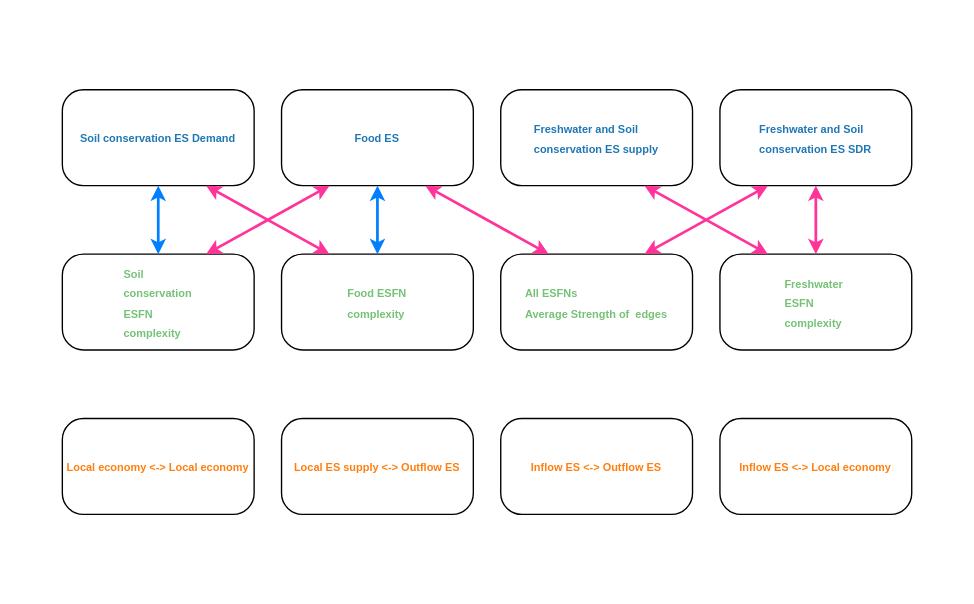
This is MIN_ESFN.drawio from THRILLERLEMON/Draw.IO, a draw.io file, before an edit. Source tidied: cells renumbered, new cells numbered last; positions are measured from the earlier drawing's top-left corner, leaving out a move shared by most shapes. Both pictures are drawn from the tidied source at 137%, with x=0, y=0 at pixel (62, 89).
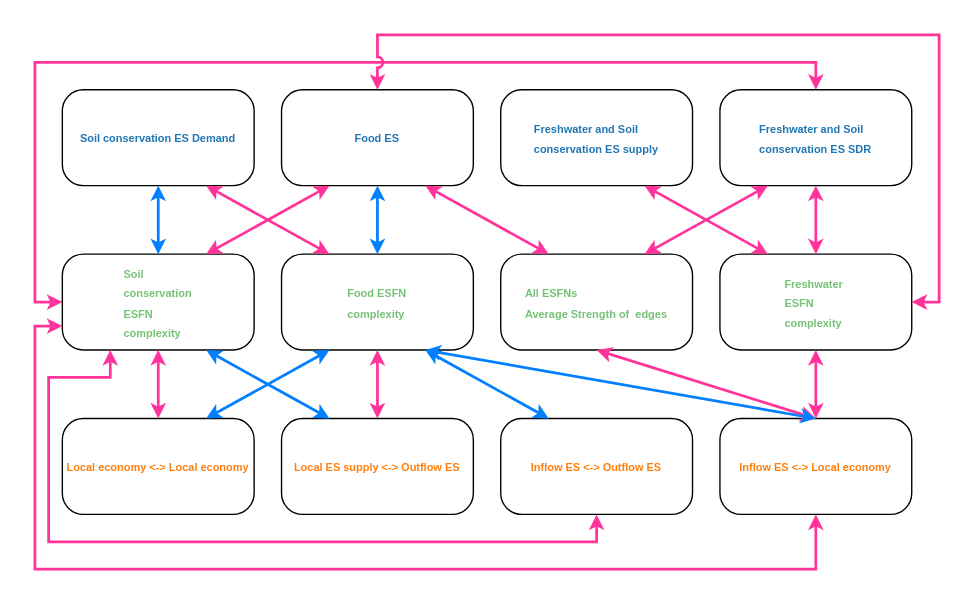
After the change.

Unchanged cells that the change refers to:
```xml
<mxCell id="3" value="&lt;span style=&quot;color: rgb(31, 119, 180); font-size: 8px; font-weight: 700; text-align: left;&quot;&gt;Food ES&lt;/span&gt;" style="rounded=1;whiteSpace=wrap;html=1;arcSize=22;" parent="1" vertex="1">
  <mxGeometry x="160" width="140" height="70" as="geometry" />
</mxCell>
<mxCell id="5" value="&lt;p style=&quot;text-align: left; margin-top: 0pt; margin-bottom: 0pt; margin-left: 0in; direction: ltr; unicode-bidi: embed; word-break: normal;&quot;&gt;&lt;font style=&quot;font-size: 8px;&quot;&gt;&lt;span style=&quot;color: rgb(31, 119, 180); font-weight: bold;&quot;&gt;Freshwater&amp;nbsp;&lt;/span&gt;&lt;span style=&quot;color: rgb(31, 119, 180); font-weight: bold; background-color: initial;&quot;&gt;and&amp;nbsp;&lt;/span&gt;&lt;span style=&quot;color: rgb(31, 119, 180); font-weight: bold; background-color: initial;&quot;&gt;Soil&amp;nbsp;&lt;/span&gt;&lt;/font&gt;&lt;/p&gt;&lt;p style=&quot;text-align: left; margin-top: 0pt; margin-bottom: 0pt; margin-left: 0in; direction: ltr; unicode-bidi: embed; word-break: normal;&quot;&gt;&lt;font style=&quot;font-size: 8px;&quot;&gt;&lt;span style=&quot;color: rgb(31, 119, 180); font-weight: bold; background-color: initial;&quot;&gt;conservation&lt;/span&gt;&lt;span style=&quot;background-color: initial; color: rgb(31, 119, 180); font-weight: bold;&quot;&gt;&amp;nbsp;&lt;/span&gt;&lt;span style=&quot;background-color: initial; color: rgb(31, 119, 180); font-weight: bold;&quot;&gt;ES&amp;nbsp;&lt;/span&gt;&lt;span style=&quot;color: rgb(31, 119, 180); font-weight: bold; background-color: initial;&quot;&gt;SDR&lt;/span&gt;&lt;/font&gt;&lt;/p&gt;" style="rounded=1;whiteSpace=wrap;html=1;arcSize=22;" parent="1" vertex="1">
  <mxGeometry x="480" width="140" height="70" as="geometry" />
</mxCell>
<mxCell id="6" value="&lt;p style=&quot;text-align: left; margin-top: 0pt; margin-bottom: 0pt; margin-left: 0in; direction: ltr; unicode-bidi: embed; word-break: normal;&quot;&gt;&lt;font color=&quot;#75c175&quot;&gt;&lt;span style=&quot;font-size: 8px;&quot;&gt;&lt;b&gt;Soil&amp;nbsp;&lt;/b&gt;&lt;/span&gt;&lt;/font&gt;&lt;/p&gt;&lt;p style=&quot;text-align: left; margin-top: 0pt; margin-bottom: 0pt; margin-left: 0in; direction: ltr; unicode-bidi: embed; word-break: normal;&quot;&gt;&lt;font color=&quot;#75c175&quot;&gt;&lt;span style=&quot;font-size: 8px;&quot;&gt;&lt;b&gt;conservation&lt;/b&gt;&lt;/span&gt;&lt;/font&gt;&lt;/p&gt;&lt;p style=&quot;text-align: left; margin-top: 0pt; margin-bottom: 0pt; margin-left: 0in; direction: ltr; unicode-bidi: embed; word-break: normal;&quot;&gt;&lt;font color=&quot;#75c175&quot;&gt;&lt;span style=&quot;font-size: 8px;&quot;&gt;&lt;b&gt;ESFN&lt;/b&gt;&lt;/span&gt;&lt;/font&gt;&lt;/p&gt;&lt;p style=&quot;text-align: left; margin-top: 0pt; margin-bottom: 0pt; margin-left: 0in; direction: ltr; unicode-bidi: embed; word-break: normal;&quot;&gt;&lt;font color=&quot;#75c175&quot;&gt;&lt;span style=&quot;font-size: 8px;&quot;&gt;&lt;b&gt;complexity&lt;/b&gt;&lt;/span&gt;&lt;/font&gt;&lt;/p&gt;" style="rounded=1;whiteSpace=wrap;html=1;arcSize=22;" parent="1" vertex="1">
  <mxGeometry y="120" width="140" height="70" as="geometry" />
</mxCell>
<mxCell id="7" value="&lt;p style=&quot;text-align: left; margin-top: 0pt; margin-bottom: 0pt; margin-left: 0in; direction: ltr; unicode-bidi: embed; word-break: normal;&quot;&gt;&lt;font color=&quot;#75c175&quot;&gt;&lt;span style=&quot;font-size: 8px;&quot;&gt;&lt;b&gt;Food ESFN&lt;/b&gt;&lt;/span&gt;&lt;/font&gt;&lt;/p&gt;&lt;p style=&quot;text-align: left; margin-top: 0pt; margin-bottom: 0pt; margin-left: 0in; direction: ltr; unicode-bidi: embed; word-break: normal;&quot;&gt;&lt;font color=&quot;#75c175&quot;&gt;&lt;span style=&quot;font-size: 8px;&quot;&gt;&lt;b&gt;complexity&lt;/b&gt;&lt;/span&gt;&lt;/font&gt;&lt;/p&gt;" style="rounded=1;whiteSpace=wrap;html=1;arcSize=22;" parent="1" vertex="1">
  <mxGeometry x="160" y="120" width="140" height="70" as="geometry" />
</mxCell>
<mxCell id="8" value="&lt;p style=&quot;text-align: left; margin-top: 0pt; margin-bottom: 0pt; margin-left: 0in; direction: ltr; unicode-bidi: embed; word-break: normal;&quot;&gt;&lt;font color=&quot;#75c175&quot;&gt;&lt;span style=&quot;font-size: 8px;&quot;&gt;&lt;b&gt;All ESFNs&lt;/b&gt;&lt;/span&gt;&lt;/font&gt;&lt;/p&gt;&lt;p style=&quot;text-align: left; margin-top: 0pt; margin-bottom: 0pt; margin-left: 0in; direction: ltr; unicode-bidi: embed; word-break: normal;&quot;&gt;&lt;font color=&quot;#75c175&quot;&gt;&lt;span style=&quot;font-size: 8px;&quot;&gt;&lt;b&gt;Average&amp;nbsp;&lt;/b&gt;&lt;/span&gt;&lt;/font&gt;&lt;b style=&quot;font-size: 8px; color: rgb(117, 193, 117); background-color: initial;&quot;&gt;Strength of&amp;nbsp;&amp;nbsp;&lt;/b&gt;&lt;b style=&quot;font-size: 8px; color: rgb(117, 193, 117); background-color: initial;&quot;&gt;edges&lt;/b&gt;&lt;/p&gt;" style="rounded=1;whiteSpace=wrap;html=1;arcSize=22;" parent="1" vertex="1">
  <mxGeometry x="320" y="120" width="140" height="70" as="geometry" />
</mxCell>
<mxCell id="9" value="&lt;p style=&quot;text-align: left; margin-top: 0pt; margin-bottom: 0pt; margin-left: 0in; direction: ltr; unicode-bidi: embed; word-break: normal;&quot;&gt;&lt;font color=&quot;#75c175&quot;&gt;&lt;span style=&quot;font-size: 8px;&quot;&gt;&lt;b&gt;Freshwater&amp;nbsp;&lt;/b&gt;&lt;/span&gt;&lt;/font&gt;&lt;/p&gt;&lt;p style=&quot;text-align: left; margin-top: 0pt; margin-bottom: 0pt; margin-left: 0in; direction: ltr; unicode-bidi: embed; word-break: normal;&quot;&gt;&lt;font color=&quot;#75c175&quot;&gt;&lt;span style=&quot;font-size: 8px;&quot;&gt;&lt;b&gt;ESFN&lt;/b&gt;&lt;/span&gt;&lt;/font&gt;&lt;/p&gt;&lt;p style=&quot;text-align: left; margin-top: 0pt; margin-bottom: 0pt; margin-left: 0in; direction: ltr; unicode-bidi: embed; word-break: normal;&quot;&gt;&lt;font color=&quot;#75c175&quot;&gt;&lt;span style=&quot;font-size: 8px;&quot;&gt;&lt;b&gt;complexity&lt;/b&gt;&lt;/span&gt;&lt;/font&gt;&lt;/p&gt;" style="rounded=1;whiteSpace=wrap;html=1;arcSize=22;" parent="1" vertex="1">
  <mxGeometry x="480" y="120" width="140" height="70" as="geometry" />
</mxCell>
<mxCell id="10" value="&lt;span style=&quot;color: rgb(255, 127, 14); font-size: 8px; font-weight: 700; text-align: left;&quot;&gt;Local economy &amp;lt;-&amp;gt; Local economy&lt;/span&gt;" style="rounded=1;whiteSpace=wrap;html=1;arcSize=22;" parent="1" vertex="1">
  <mxGeometry y="240" width="140" height="70" as="geometry" />
</mxCell>
<mxCell id="11" value="&lt;b style=&quot;color: rgb(255, 127, 14); font-size: 8px; text-align: left;&quot;&gt;Local ES supply &amp;lt;-&amp;gt; Outflow ES&lt;/b&gt;" style="rounded=1;whiteSpace=wrap;html=1;arcSize=22;" parent="1" vertex="1">
  <mxGeometry x="160" y="240" width="140" height="70" as="geometry" />
</mxCell>
<mxCell id="12" value="&lt;b style=&quot;color: rgb(255, 127, 14); font-size: 8px; text-align: left;&quot;&gt;Inflow ES &amp;lt;-&amp;gt; Outflow ES&lt;/b&gt;" style="rounded=1;whiteSpace=wrap;html=1;arcSize=22;" parent="1" vertex="1">
  <mxGeometry x="320" y="240" width="140" height="70" as="geometry" />
</mxCell>
<mxCell id="13" value="&lt;b style=&quot;color: rgb(255, 127, 14); font-size: 8px; text-align: left;&quot;&gt;Inflow ES &amp;lt;-&amp;gt; Local economy&lt;/b&gt;" style="rounded=1;whiteSpace=wrap;html=1;arcSize=22;" parent="1" vertex="1">
  <mxGeometry x="480" y="240" width="140" height="70" as="geometry" />
</mxCell>
```

Diff of the diagram source:
```diff
@@
+    <mxCell id="22" style="edgeStyle=orthogonalEdgeStyle;rounded=0;jettySize=auto;html=1;exitX=0.5;exitY=0;exitDx=0;exitDy=0;startArrow=classic;startFill=1;endSize=5;startSize=5;strokeWidth=2;strokeColor=#FF3399;entryX=0;entryY=0.5;entryDx=0;entryDy=0;" parent="1" edge="1" source="5" target="6">
+      <mxGeometry relative="1" as="geometry" />
+    </mxCell>
@@
+    <mxCell id="23" style="edgeStyle=orthogonalEdgeStyle;rounded=0;jettySize=auto;html=1;exitX=1;exitY=0.5;exitDx=0;exitDy=0;startArrow=classic;startFill=1;endSize=5;startSize=5;strokeWidth=2;strokeColor=#FF3399;entryX=0.5;entryY=0;entryDx=0;entryDy=0;jumpStyle=arc;" parent="1" edge="1" source="9" target="3">
+      <mxGeometry relative="1" as="geometry">
+        <Array as="points">
+          <mxPoint x="640" y="155" />
+          <mxPoint x="640" y="-40" />
+          <mxPoint x="230" y="-40" />
+        </Array>
+      </mxGeometry>
+    </mxCell>
+    <mxCell id="24" style="endArrow=classic;startArrow=classic;html=1;rounded=0;strokeWidth=2;endSize=5;startSize=5;entryX=0.5;entryY=1;entryDx=0;entryDy=0;exitX=0.5;exitY=0;exitDx=0;exitDy=0;strokeColor=#FF3399;" parent="1" edge="1" source="10" target="6">
+      <mxGeometry relative="1" as="geometry" />
+    </mxCell>
+    <mxCell id="25" style="endArrow=classic;startArrow=classic;html=1;rounded=0;strokeWidth=2;endSize=5;startSize=5;entryX=0.5;entryY=1;entryDx=0;entryDy=0;exitX=0.5;exitY=0;exitDx=0;exitDy=0;strokeColor=#FF3399;" parent="1" edge="1" source="11" target="7">
+      <mxGeometry relative="1" as="geometry" />
+    </mxCell>
+    <mxCell id="26" style="endArrow=classic;startArrow=classic;html=1;rounded=0;strokeWidth=2;endSize=5;startSize=5;entryX=0.25;entryY=1;entryDx=0;entryDy=0;exitX=0.75;exitY=0;exitDx=0;exitDy=0;strokeColor=#007FFF;" parent="1" edge="1" source="10" target="7">
+      <mxGeometry relative="1" as="geometry" />
+    </mxCell>
+    <mxCell id="27" style="endArrow=classic;startArrow=classic;html=1;rounded=0;strokeWidth=2;endSize=5;startSize=5;entryX=0.25;entryY=0;entryDx=0;entryDy=0;exitX=0.75;exitY=1;exitDx=0;exitDy=0;strokeColor=#007FFF;" parent="1" edge="1" source="6" target="11">
+      <mxGeometry relative="1" as="geometry" />
+    </mxCell>
+    <mxCell id="28" style="endArrow=classic;startArrow=classic;html=1;rounded=0;strokeWidth=2;endSize=5;startSize=5;entryX=0.75;entryY=1;entryDx=0;entryDy=0;exitX=0.25;exitY=0;exitDx=0;exitDy=0;strokeColor=#007FFF;" parent="1" edge="1" source="12" target="7">
+      <mxGeometry relative="1" as="geometry" />
+    </mxCell>
+    <mxCell id="29" style="endArrow=classic;startArrow=classic;html=1;rounded=0;strokeWidth=2;endSize=5;startSize=5;entryX=0.5;entryY=1;entryDx=0;entryDy=0;exitX=0.5;exitY=0;exitDx=0;exitDy=0;strokeColor=#FF3399;" parent="1" edge="1" source="13" target="9">
+      <mxGeometry relative="1" as="geometry" />
+    </mxCell>
+    <mxCell id="30" style="endArrow=classic;startArrow=classic;html=1;rounded=0;strokeWidth=2;endSize=5;startSize=5;entryX=0.5;entryY=1;entryDx=0;entryDy=0;exitX=0.5;exitY=0;exitDx=0;exitDy=0;strokeColor=#FF3399;" parent="1" edge="1" source="13" target="8">
+      <mxGeometry relative="1" as="geometry" />
+    </mxCell>
+    <mxCell id="31" style="edgeStyle=orthogonalEdgeStyle;rounded=0;jettySize=auto;html=1;exitX=0.5;exitY=1;exitDx=0;exitDy=0;startArrow=classic;startFill=1;endSize=5;startSize=5;strokeWidth=2;strokeColor=#FF3399;entryX=0;entryY=0.75;entryDx=0;entryDy=0;jumpStyle=arc;" parent="1" edge="1" source="13" target="6">
+      <mxGeometry relative="1" as="geometry">
+        <Array as="points">
+          <mxPoint x="550" y="350" />
+          <mxPoint x="-20" y="350" />
+          <mxPoint x="-20" y="173" />
+        </Array>
+      </mxGeometry>
+    </mxCell>
+    <mxCell id="32" style="edgeStyle=orthogonalEdgeStyle;rounded=0;jettySize=auto;html=1;exitX=0.5;exitY=1;exitDx=0;exitDy=0;startArrow=classic;startFill=1;endSize=5;startSize=5;strokeWidth=2;strokeColor=#FF3399;jumpStyle=arc;entryX=0.25;entryY=1;entryDx=0;entryDy=0;" parent="1" edge="1" source="12" target="6">
+      <mxGeometry relative="1" as="geometry">
+        <Array as="points">
+          <mxPoint x="390" y="330" />
+          <mxPoint x="-10" y="330" />
+          <mxPoint x="-10" y="210" />
+          <mxPoint x="35" y="210" />
+        </Array>
+      </mxGeometry>
+    </mxCell>
+    <mxCell id="33" style="endArrow=classic;startArrow=classic;html=1;rounded=0;strokeWidth=2;endSize=5;startSize=5;entryX=0.75;entryY=1;entryDx=0;entryDy=0;exitX=0.5;exitY=0;exitDx=0;exitDy=0;strokeColor=#007FFF;" parent="1" edge="1" source="13" target="7">
+      <mxGeometry relative="1" as="geometry" />
+    </mxCell>
```
